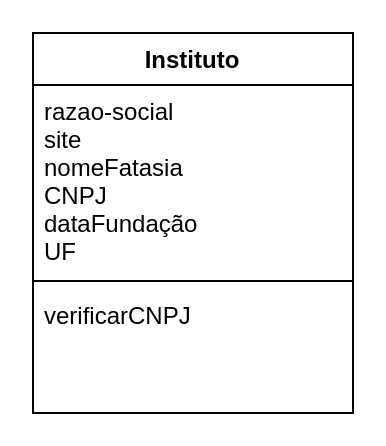
Before: documentation/instituto/dependencies.drawio in JoaoVitor2310/sistemaAcademico, a draw.io diagram. Source tidied: cells renumbered, new cells numbered last; positions are measured from the earlier drawing's top-left corner, leaving out a move shared by most shapes. Both pictures are drawn from the tidied source at 200%, with x=0, y=0 at pixel (32, 32).
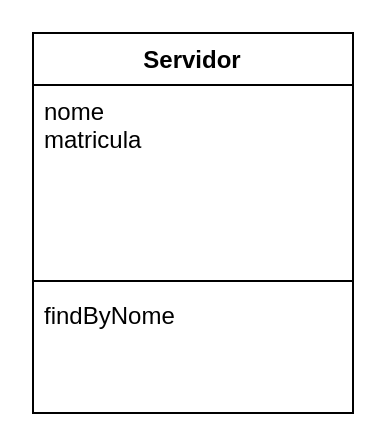
The same diagram, later.

What changed in the source:
```diff
@@
 <mxGraphModel>
   <root>
     <mxCell id="0" />
     <mxCell id="1" parent="0" />
-    <mxCell id="2" value="Instituto" style="swimlane;fontStyle=1;align=center;verticalAlign=top;horizontal=1;startSize=26;" parent="1" vertex="1">
+    <mxCell id="2" value="Servidor&#10;" style="swimlane;fontStyle=1;align=center;verticalAlign=top;horizontal=1;startSize=26;" parent="1" vertex="1">
       <mxGeometry width="160" height="190" as="geometry" />
     </mxCell>
-    <mxCell id="3" value="razao-social&#10;site&#10;nomeFatasia&#10;CNPJ&#10;dataFundação&#10;UF" style="text;strokeColor=none;fillColor=none;align=left;verticalAlign=top;spacingLeft=4;spacingRight=4;overflow=hidden;" parent="2" vertex="1">
+    <mxCell id="3" value="nome&#10;matricula" style="text;strokeColor=none;fillColor=none;align=left;verticalAlign=top;spacingLeft=4;spacingRight=4;overflow=hidden;" parent="2" vertex="1">
       <mxGeometry y="26" width="160" height="94" as="geometry" />
     </mxCell>
     <mxCell id="4" style="line;strokeWidth=1;fillColor=none;align=left;verticalAlign=middle;spacingTop=-1;spacingLeft=3;spacingRight=3;labelPosition=right;strokeColor=inherit;" parent="2" vertex="1">
       <mxGeometry y="120" width="160" height="8" as="geometry" />
     </mxCell>
-    <mxCell id="5" value="verificarCNPJ" style="text;strokeColor=none;fillColor=none;align=left;verticalAlign=top;spacingLeft=4;spacingRight=4;overflow=hidden;" parent="2" vertex="1">
+    <mxCell id="5" value="findByNome" style="text;strokeColor=none;fillColor=none;align=left;verticalAlign=top;spacingLeft=4;spacingRight=4;overflow=hidden;" parent="2" vertex="1">
       <mxGeometry y="128" width="160" height="62" as="geometry" />
     </mxCell>
   </root>
 </mxGraphModel>
```
